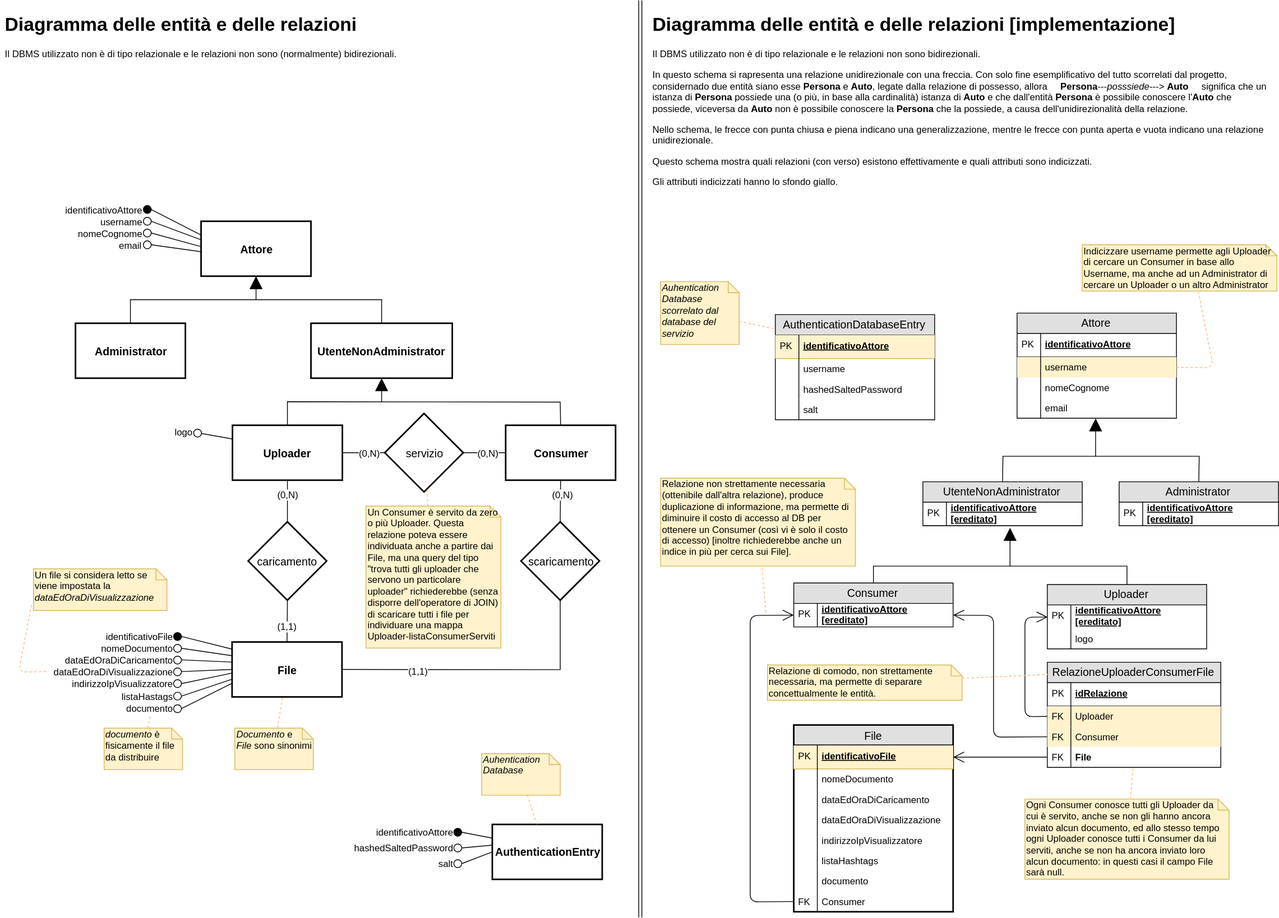
Above: algoritmi schemi e note progettuali/diagramma ER/diagramma_er.svg in matteoferfoglia/progetto-progrweb-2020 (draw.io), before the change. Source tidied: cells renumbered, new cells last; positions are measured from the earlier drawing's top-left corner, leaving out a move shared by most shapes.
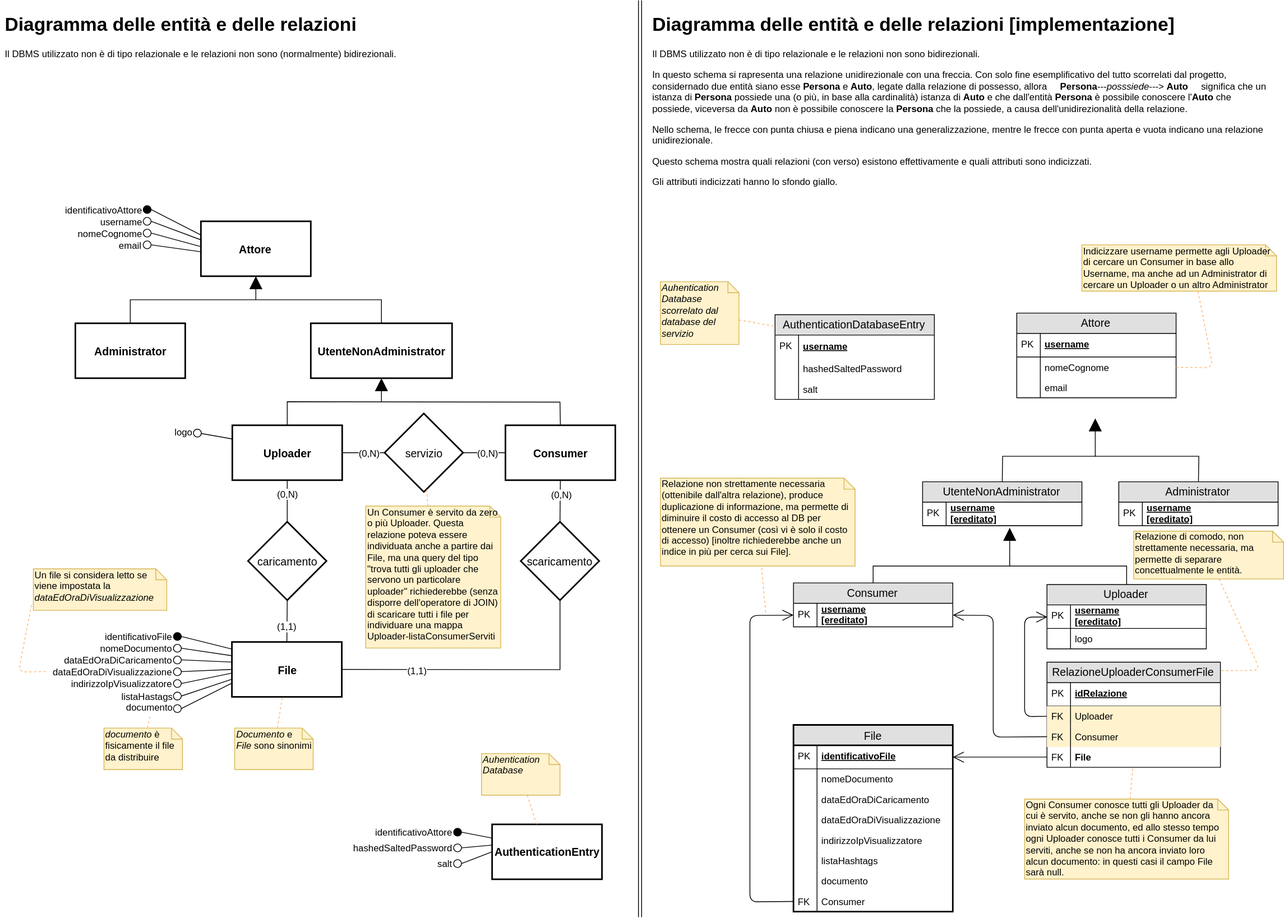
After the change.

What changed in the source:
```diff
@@ -457,7 +457,7 @@
     <mxCell id="142" value="File" style="swimlane;fontStyle=0;horizontal=1;startSize=26;fillColor=#e0e0e0;swimlaneFillColor=#ffffff;align=center;fontSize=14;strokeWidth=2;" parent="1" vertex="1">
       <mxGeometry x="1009.5" y="923.5" width="203" height="238" as="geometry" />
     </mxCell>
-    <mxCell id="143" value="identificativoFile" style="shape=partialRectangle;top=0;left=0;right=0;bottom=1;align=left;verticalAlign=middle;fillColor=#fff2cc;spacingLeft=34;spacingRight=4;overflow=hidden;points=[[0,0.5],[1,0.5]];portConstraint=eastwest;fontStyle=5;fontSize=12;strokeColor=#d6b656;" parent="142" vertex="1">
+    <mxCell id="143" value="identificativoFile" style="shape=partialRectangle;top=0;left=0;right=0;bottom=1;align=left;verticalAlign=middle;fillColor=none;spacingLeft=34;spacingRight=4;overflow=hidden;points=[[0,0.5],[1,0.5]];portConstraint=eastwest;fontStyle=5;fontSize=12;strokeColor=#000000;" parent="142" vertex="1">
       <mxGeometry y="26" width="203" height="30" as="geometry" />
     </mxCell>
     <mxCell id="144" value="PK" style="shape=partialRectangle;top=0;left=0;bottom=0;fillColor=none;align=left;verticalAlign=middle;spacingLeft=4;spacingRight=4;overflow=hidden;fontSize=12;" parent="143" vertex="1">
@@ -538,7 +538,7 @@
     <mxCell id="169" value="Uploader" style="swimlane;fontStyle=0;horizontal=1;startSize=26;fillColor=#e0e0e0;swimlaneFillColor=#ffffff;align=center;fontSize=14;" parent="1" vertex="1">
       <mxGeometry x="1332.5" y="744.5" width="203" height="82" as="geometry" />
     </mxCell>
-    <mxCell id="170" value="identificativoAttore&#10;[ereditato]" style="shape=partialRectangle;top=0;left=0;right=0;bottom=1;align=left;verticalAlign=middle;spacingLeft=34;spacingRight=4;overflow=hidden;fontStyle=5;fontSize=12;strokeWidth=1;fillColor=none;strokeColor=none;" parent="169" vertex="1">
+    <mxCell id="170" value="username&#10;[ereditato]" style="shape=partialRectangle;top=0;left=0;right=0;bottom=1;align=left;verticalAlign=middle;spacingLeft=34;spacingRight=4;overflow=hidden;fontStyle=5;fontSize=12;strokeWidth=1;fillColor=none;strokeColor=#000000;" parent="169" vertex="1">
       <mxGeometry y="26" width="203" height="30" as="geometry" />
     </mxCell>
     <mxCell id="171" value="PK" style="shape=partialRectangle;top=0;left=0;bottom=0;fillColor=none;align=left;verticalAlign=middle;spacingLeft=4;spacingRight=4;overflow=hidden;fontSize=12;" parent="170" vertex="1">
@@ -553,7 +553,7 @@
     <mxCell id="174" value="Consumer" style="swimlane;fontStyle=0;horizontal=1;startSize=26;fillColor=#e0e0e0;swimlaneFillColor=#ffffff;align=center;fontSize=14;" parent="1" vertex="1">
       <mxGeometry x="1009.5" y="742.5" width="203" height="56" as="geometry" />
     </mxCell>
-    <mxCell id="175" value="identificativoAttore&#10;[ereditato]" style="shape=partialRectangle;top=0;left=0;right=0;bottom=1;align=left;verticalAlign=middle;spacingLeft=34;spacingRight=4;overflow=hidden;points=[[0,0.5],[1,0.5]];portConstraint=eastwest;fontStyle=5;fontSize=12;strokeWidth=1;fillColor=none;strokeColor=none;" parent="174" vertex="1">
+    <mxCell id="175" value="username&#10;[ereditato]" style="shape=partialRectangle;top=0;left=0;right=0;bottom=1;align=left;verticalAlign=middle;spacingLeft=34;spacingRight=4;overflow=hidden;points=[[0,0.5],[1,0.5]];portConstraint=eastwest;fontStyle=5;fontSize=12;strokeWidth=1;fillColor=none;strokeColor=none;" parent="174" vertex="1">
       <mxGeometry y="26" width="203" height="30" as="geometry" />
     </mxCell>
     <mxCell id="176" value="PK" style="shape=partialRectangle;top=0;left=0;bottom=0;fillColor=none;align=left;verticalAlign=middle;spacingLeft=4;spacingRight=4;overflow=hidden;fontSize=12;" parent="175" vertex="1">
@@ -579,7 +579,7 @@
     <mxCell id="179" value="UtenteNonAdministrator" style="swimlane;fontStyle=0;horizontal=1;startSize=26;fillColor=#e0e0e0;swimlaneFillColor=#ffffff;align=center;fontSize=14;" parent="1" vertex="1">
       <mxGeometry x="1174" y="613.5" width="203" height="56" as="geometry" />
     </mxCell>
-    <mxCell id="180" value="identificativoAttore&#10;[ereditato]" style="shape=partialRectangle;top=0;left=0;right=0;bottom=1;align=left;verticalAlign=middle;spacingLeft=34;spacingRight=4;overflow=hidden;points=[[0,0.5],[1,0.5]];portConstraint=eastwest;fontStyle=5;fontSize=12;opacity=50;strokeWidth=1;fillColor=none;" parent="179" vertex="1">
+    <mxCell id="180" value="username&#10;[ereditato]" style="shape=partialRectangle;top=0;left=0;right=0;bottom=1;align=left;verticalAlign=middle;spacingLeft=34;spacingRight=4;overflow=hidden;points=[[0,0.5],[1,0.5]];portConstraint=eastwest;fontStyle=5;fontSize=12;opacity=50;strokeWidth=1;fillColor=none;" parent="179" vertex="1">
       <mxGeometry y="26" width="203" height="30" as="geometry" />
     </mxCell>
     <mxCell id="181" value="PK" style="shape=partialRectangle;top=0;left=0;bottom=0;fillColor=none;align=left;verticalAlign=middle;spacingLeft=4;spacingRight=4;overflow=hidden;fontSize=12;" parent="180" vertex="1">
@@ -588,7 +588,7 @@
     <mxCell id="182" value="Administrator" style="swimlane;fontStyle=0;horizontal=1;startSize=26;fillColor=#e0e0e0;swimlaneFillColor=#ffffff;align=center;fontSize=14;" parent="1" vertex="1">
       <mxGeometry x="1424" y="613.5" width="203" height="56" as="geometry" />
     </mxCell>
-    <mxCell id="183" value="identificativoAttore&#10;[ereditato]" style="shape=partialRectangle;top=0;left=0;right=0;bottom=1;align=left;verticalAlign=middle;spacingLeft=34;spacingRight=4;overflow=hidden;fontStyle=5;fontSize=12;strokeWidth=1;fillColor=none;strokeColor=none;" parent="182" vertex="1">
+    <mxCell id="183" value="username&#10;[ereditato]" style="shape=partialRectangle;top=0;left=0;right=0;bottom=1;align=left;verticalAlign=middle;spacingLeft=34;spacingRight=4;overflow=hidden;fontStyle=5;fontSize=12;strokeWidth=1;fillColor=none;strokeColor=none;" parent="182" vertex="1">
       <mxGeometry y="26" width="203" height="30" as="geometry" />
     </mxCell>
     <mxCell id="184" value="PK" style="shape=partialRectangle;top=0;left=0;bottom=0;fillColor=none;align=left;verticalAlign=middle;spacingLeft=4;spacingRight=4;overflow=hidden;fontSize=12;" parent="183" vertex="1">
@@ -625,55 +625,43 @@
       </mxGeometry>
     </mxCell>
     <mxCell id="190" value="Attore" style="swimlane;fontStyle=0;horizontal=1;startSize=26;fillColor=#e0e0e0;swimlaneFillColor=#ffffff;align=center;fontSize=14;" parent="1" vertex="1">
-      <mxGeometry x="1294" y="398.5" width="203" height="134" as="geometry" />
+      <mxGeometry x="1294" y="398.5" width="203" height="108" as="geometry" />
     </mxCell>
-    <mxCell id="191" value="identificativoAttore" style="shape=partialRectangle;top=0;left=0;right=0;bottom=1;align=left;verticalAlign=middle;spacingLeft=34;spacingRight=4;overflow=hidden;fontStyle=5;fontSize=12;fillColor=none;" parent="190" vertex="1">
+    <mxCell id="191" value="username" style="shape=partialRectangle;top=0;left=0;right=0;bottom=1;align=left;verticalAlign=middle;spacingLeft=34;spacingRight=4;overflow=hidden;fontStyle=5;fontSize=12;fillColor=none;" parent="190" vertex="1">
       <mxGeometry y="26" width="203" height="30" as="geometry" />
     </mxCell>
     <mxCell id="192" value="PK" style="shape=partialRectangle;top=0;left=0;bottom=0;fillColor=none;align=left;verticalAlign=middle;spacingLeft=4;spacingRight=4;overflow=hidden;fontSize=12;" parent="191" vertex="1">
       <mxGeometry width="30" height="30" as="geometry" />
     </mxCell>
-    <mxCell id="193" value="username" style="shape=partialRectangle;top=0;left=0;right=0;bottom=0;align=left;verticalAlign=top;fillColor=#fff2cc;spacingLeft=34;spacingRight=4;overflow=hidden;points=[[0,0.5],[1,0.5]];portConstraint=eastwest;fontSize=12;strokeColor=#d6b656;" parent="190" vertex="1">
-      <mxGeometry y="56" width="203" height="26" as="geometry" />
-    </mxCell>
-    <mxCell id="194" style="shape=partialRectangle;top=0;left=0;bottom=0;fillColor=none;align=left;verticalAlign=top;spacingLeft=4;spacingRight=4;overflow=hidden;fontSize=12;" parent="193" vertex="1">
-      <mxGeometry width="30" height="26" as="geometry" />
-    </mxCell>
     <mxCell id="195" value="nomeCognome" style="shape=partialRectangle;top=0;left=0;right=0;bottom=0;align=left;verticalAlign=top;fillColor=none;spacingLeft=34;spacingRight=4;overflow=hidden;fontSize=12;" parent="190" vertex="1">
-      <mxGeometry y="82" width="203" height="26" as="geometry" />
+      <mxGeometry y="56" width="203" height="26" as="geometry" />
     </mxCell>
     <mxCell id="196" style="shape=partialRectangle;top=0;left=0;bottom=0;fillColor=none;align=left;verticalAlign=top;spacingLeft=4;spacingRight=4;overflow=hidden;fontSize=12;" parent="195" vertex="1">
       <mxGeometry width="30" height="26" as="geometry" />
     </mxCell>
     <mxCell id="197" value="email" style="shape=partialRectangle;top=0;left=0;right=0;bottom=0;align=left;verticalAlign=top;fillColor=none;spacingLeft=34;spacingRight=4;overflow=hidden;fontSize=12;" parent="190" vertex="1">
-      <mxGeometry y="108" width="203" height="26" as="geometry" />
+      <mxGeometry y="82" width="203" height="26" as="geometry" />
     </mxCell>
     <mxCell id="198" style="shape=partialRectangle;top=0;left=0;bottom=0;fillColor=none;align=left;verticalAlign=top;spacingLeft=4;spacingRight=4;overflow=hidden;fontSize=12;" parent="197" vertex="1">
       <mxGeometry width="30" height="26" as="geometry" />
     </mxCell>
     <mxCell id="199" value="AuthenticationDatabaseEntry" style="swimlane;fontStyle=0;horizontal=1;startSize=26;fillColor=#e0e0e0;swimlaneFillColor=#ffffff;align=center;fontSize=14;" parent="1" vertex="1">
-      <mxGeometry x="986" y="400.5" width="203" height="134" as="geometry" />
+      <mxGeometry x="986" y="400.5" width="203" height="108" as="geometry" />
     </mxCell>
-    <mxCell id="200" value="identificativoAttore" style="shape=partialRectangle;top=0;left=0;right=0;bottom=1;align=left;verticalAlign=middle;fillColor=#fff2cc;spacingLeft=34;spacingRight=4;overflow=hidden;fontStyle=5;fontSize=12;strokeColor=#d6b656;" parent="199" vertex="1">
+    <mxCell id="200" value="username" style="shape=partialRectangle;top=0;left=0;right=0;bottom=1;align=left;verticalAlign=middle;fillColor=none;spacingLeft=34;spacingRight=4;overflow=hidden;fontStyle=5;fontSize=12;strokeColor=none;" parent="199" vertex="1">
       <mxGeometry y="26" width="203" height="30" as="geometry" />
     </mxCell>
     <mxCell id="201" value="PK" style="shape=partialRectangle;top=0;left=0;bottom=0;fillColor=none;align=left;verticalAlign=middle;spacingLeft=4;spacingRight=4;overflow=hidden;fontSize=12;" parent="200" vertex="1">
       <mxGeometry width="30" height="30" as="geometry" />
     </mxCell>
-    <mxCell id="202" value="username" style="shape=partialRectangle;top=0;left=0;right=0;bottom=0;align=left;verticalAlign=top;fillColor=none;spacingLeft=34;spacingRight=4;overflow=hidden;fontSize=12;" parent="199" vertex="1">
-      <mxGeometry y="56" width="203" height="26" as="geometry" />
-    </mxCell>
-    <mxCell id="203" style="shape=partialRectangle;top=0;left=0;bottom=0;fillColor=none;align=left;verticalAlign=top;spacingLeft=4;spacingRight=4;overflow=hidden;fontSize=12;" parent="202" vertex="1">
-      <mxGeometry width="30" height="26" as="geometry" />
-    </mxCell>
     <mxCell id="204" value="hashedSaltedPassword" style="shape=partialRectangle;top=0;left=0;right=0;bottom=0;align=left;verticalAlign=top;fillColor=none;spacingLeft=34;spacingRight=4;overflow=hidden;fontSize=12;" parent="199" vertex="1">
-      <mxGeometry y="82" width="203" height="26" as="geometry" />
+      <mxGeometry y="56" width="203" height="26" as="geometry" />
     </mxCell>
     <mxCell id="205" style="shape=partialRectangle;top=0;left=0;bottom=0;fillColor=none;align=left;verticalAlign=top;spacingLeft=4;spacingRight=4;overflow=hidden;fontSize=12;" parent="204" vertex="1">
       <mxGeometry width="30" height="26" as="geometry" />
     </mxCell>
     <mxCell id="206" value="salt" style="shape=partialRectangle;top=0;left=0;right=0;bottom=0;align=left;verticalAlign=top;fillColor=none;spacingLeft=34;spacingRight=4;overflow=hidden;fontSize=12;" parent="199" vertex="1">
-      <mxGeometry y="108" width="203" height="26" as="geometry" />
+      <mxGeometry y="82" width="203" height="26" as="geometry" />
     </mxCell>
     <mxCell id="207" style="shape=partialRectangle;top=0;left=0;bottom=0;fillColor=none;align=left;verticalAlign=top;spacingLeft=4;spacingRight=4;overflow=hidden;fontSize=12;" parent="206" vertex="1">
       <mxGeometry width="30" height="26" as="geometry" />
@@ -718,18 +706,23 @@
     <mxCell id="217" value="Indicizzare username permette agli Uploader di cercare un Consumer in base allo Username, ma anche ad un Administrator di cercare un Uploader o un altro Administrator" style="shape=note;whiteSpace=wrap;html=1;size=14;verticalAlign=top;align=left;spacingTop=-6;fillColor=#fff2cc;strokeColor=#d6b656;" parent="1" vertex="1">
       <mxGeometry x="1377" y="311.5" width="248" height="59" as="geometry" />
     </mxCell>
-    <mxCell id="218" style="endArrow=none;dashed=1;html=1;strokeColor=#FFB570;fillColor=#ffcc99;entryX=0.597;entryY=1.017;entryDx=0;entryDy=0;entryPerimeter=0;" parent="1" edge="1" source="193" target="217">
+    <mxCell id="218" style="endArrow=none;dashed=1;html=1;strokeColor=#FFB570;fillColor=#ffcc99;entryX=0.597;entryY=1.017;entryDx=0;entryDy=0;entryPerimeter=0;" parent="1" edge="1" target="217">
       <mxGeometry relative="1" as="geometry">
+        <mxPoint x="1497" y="467.8" as="sourcePoint" />
         <Array as="points">
           <mxPoint x="1544" y="468" />
         </Array>
       </mxGeometry>
     </mxCell>
     <mxCell id="219" value="Relazione di comodo, non strettamente necessaria, ma permette di separare concettualmente le entità." style="shape=note;whiteSpace=wrap;html=1;size=14;verticalAlign=top;align=left;spacingTop=-6;fillColor=#fff2cc;strokeColor=#d6b656;" parent="1" vertex="1">
-      <mxGeometry x="976" y="847" width="248" height="45" as="geometry" />
+      <mxGeometry x="1443" y="676.5" width="191" height="61" as="geometry" />
     </mxCell>
-    <mxCell id="220" style="endArrow=none;dashed=1;html=1;strokeColor=#FFB570;fillColor=#ffcc99;entryX=0.007;entryY=0.116;entryDx=0;entryDy=0;entryPerimeter=0;" parent="1" edge="1" source="219" target="159">
-      <mxGeometry relative="1" as="geometry" />
+    <mxCell id="220" style="endArrow=none;dashed=1;html=1;strokeColor=#FFB570;fillColor=#ffcc99;entryX=1;entryY=0.08;entryDx=0;entryDy=0;entryPerimeter=0;" parent="1" edge="1" source="219" target="159">
+      <mxGeometry relative="1" as="geometry">
+        <Array as="points">
+          <mxPoint x="1604" y="854" />
+        </Array>
+      </mxGeometry>
     </mxCell>
   </root>
 </mxGraphModel>
```
